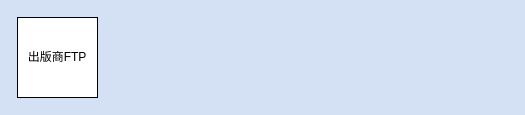
The draw.io diagram DPSNEW-sw.drawio in czjczj20/draw.io, before the edit. Source tidied: cells renumbered, new cells numbered last; positions are measured from the earlier drawing's top-left corner, leaving out a move shared by most shapes. Both pictures are drawn from the tidied source at 100%, with x=0, y=0 at pixel (17, 17).
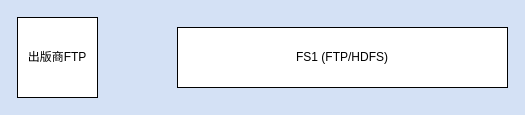
After the change.

What changed in the source:
```diff
@@
 <mxGraphModel background="#D4E1F5">
   <root>
     <mxCell id="0" />
     <mxCell id="1" parent="0" />
     <mxCell id="2" value="出版商FTP" style="whiteSpace=wrap;html=1;" parent="1" vertex="1">
       <mxGeometry width="80" height="80" as="geometry" />
     </mxCell>
+    <mxCell id="3" value="FS1 (FTP/HDFS)" style="rounded=0;whiteSpace=wrap;html=1;" parent="1" vertex="1">
+      <mxGeometry x="160" y="10" width="330" height="60" as="geometry" />
+    </mxCell>
   </root>
 </mxGraphModel>
```
